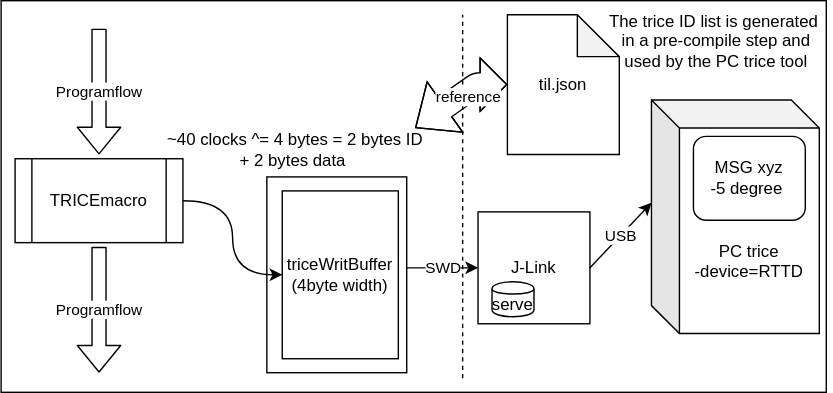
Before: docs/README.media/triceBlockDiagramWithSeggerRTTD.svg, a diagram exported from draw.io (rokath/trice). Source tidied: cells renumbered, new cells last; positions are measured from the earlier drawing's top-left corner, leaving out a move shared by most shapes.
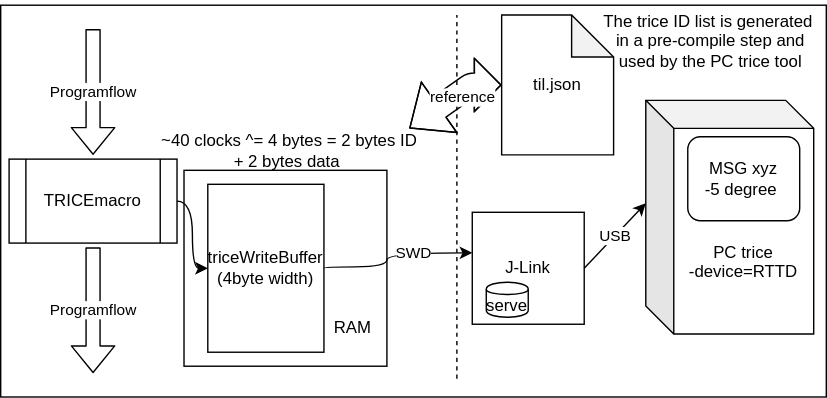
After the commit.

The edit, as a diff of the source:
```diff
@@ -3,25 +3,16 @@
     <mxCell id="0" />
     <mxCell id="1" parent="0" />
     <mxCell id="2" style="rounded=0;whiteSpace=wrap;html=1;" parent="1" vertex="1">
-      <mxGeometry width="590" height="280" as="geometry" />
+      <mxGeometry x="4" y="3" width="590" height="280" as="geometry" />
     </mxCell>
-    <mxCell id="3" value="SWD" style="edgeStyle=orthogonalEdgeStyle;rounded=0;jettySize=auto;html=1;" parent="1" edge="1" target="5">
-      <mxGeometry relative="1" as="geometry">
-        <mxPoint x="290" y="191" as="sourcePoint" />
-        <Array as="points">
-          <mxPoint x="420" y="191" />
-          <mxPoint x="420" y="191" />
-        </Array>
-      </mxGeometry>
-    </mxCell>
-    <mxCell id="4" style="rounded=0;whiteSpace=wrap;html=1;" parent="1" vertex="1">
-      <mxGeometry x="190" y="126" width="100" height="140" as="geometry" />
+    <mxCell id="4" value="&amp;nbsp; &amp;nbsp; &amp;nbsp; &amp;nbsp; &amp;nbsp; &amp;nbsp; &amp;nbsp; &amp;nbsp; &amp;nbsp; &amp;nbsp; &amp;nbsp; &amp;nbsp; &amp;nbsp; &lt;br&gt;&lt;br&gt;&lt;br&gt;&lt;br&gt;&lt;br&gt;&lt;br&gt;&amp;nbsp; &amp;nbsp; &amp;nbsp; &amp;nbsp; &amp;nbsp; &amp;nbsp; &amp;nbsp; &amp;nbsp; &amp;nbsp; &amp;nbsp; &amp;nbsp; &amp;nbsp; &amp;nbsp; &amp;nbsp; &amp;nbsp;RAM" style="rounded=0;whiteSpace=wrap;html=1;" parent="1" vertex="1">
+      <mxGeometry x="135" y="121" width="145" height="140" as="geometry" />
     </mxCell>
     <mxCell id="5" value="J-Link" style="rounded=0;whiteSpace=wrap;html=1;" parent="1" vertex="1">
       <mxGeometry x="341" y="151" width="80" height="80" as="geometry" />
     </mxCell>
-    <mxCell id="6" value="&lt;span&gt;triceWritBuffer&lt;/span&gt;&lt;br&gt;&lt;span&gt;(4byte width)&lt;/span&gt;" style="rounded=0;whiteSpace=wrap;html=1;" parent="1" vertex="1">
-      <mxGeometry x="201" y="136" width="83" height="120" as="geometry" />
+    <mxCell id="6" value="&lt;span&gt;triceWriteBuffer&lt;/span&gt;&lt;br&gt;&lt;span&gt;(4byte width)&lt;/span&gt;" style="rounded=0;whiteSpace=wrap;html=1;" parent="1" vertex="1">
+      <mxGeometry x="152" y="131" width="83" height="120" as="geometry" />
     </mxCell>
     <mxCell id="7" value="TRICEmacro" style="shape=process;whiteSpace=wrap;html=1;backgroundOutline=1;" parent="1" vertex="1">
       <mxGeometry x="10" y="113" width="120" height="60" as="geometry" />
@@ -80,5 +71,17 @@
         <mxPoint x="-1" y="-22" as="offset" />
       </mxGeometry>
     </mxCell>
+    <mxCell id="21" style="edgeStyle=orthogonalEdgeStyle;rounded=0;jettySize=auto;html=1;exitX=1;exitY=0.5;exitDx=0;exitDy=0;curved=1;" parent="1" edge="1" source="6" target="5">
+      <mxGeometry relative="1" as="geometry">
+        <Array as="points">
+          <mxPoint x="235" y="190" />
+          <mxPoint x="280" y="190" />
+          <mxPoint x="280" y="180" />
+        </Array>
+      </mxGeometry>
+    </mxCell>
+    <mxCell id="3" value="SWD" style="edgeLabel;html=1;align=center;verticalAlign=middle;" parent="21" vertex="1">
+      <mxGeometry x="0.27" y="1" relative="1" as="geometry" />
+    </mxCell>
   </root>
 </mxGraphModel>
```
